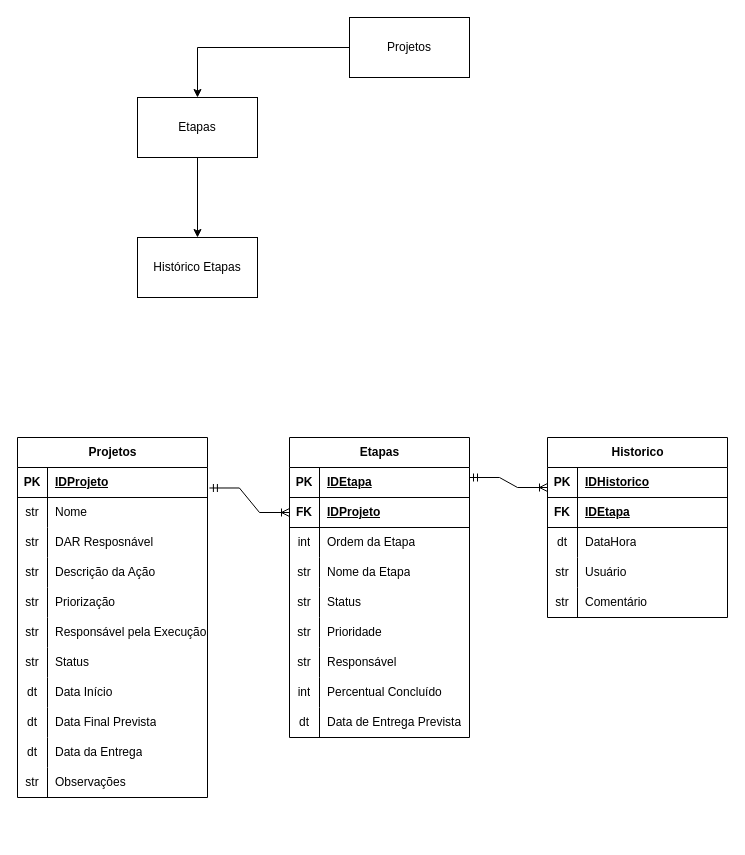
Above: DiagramaBD.drawio in willvasconcelos2205/MovimentacaoPatrimonial (draw.io), before the change. Source tidied: cells renumbered, new cells numbered last; positions are measured from the earlier drawing's top-left corner, leaving out a move shared by most shapes. Both pictures are drawn from the tidied source at 100%, with x=0, y=0 at pixel (17, 17).
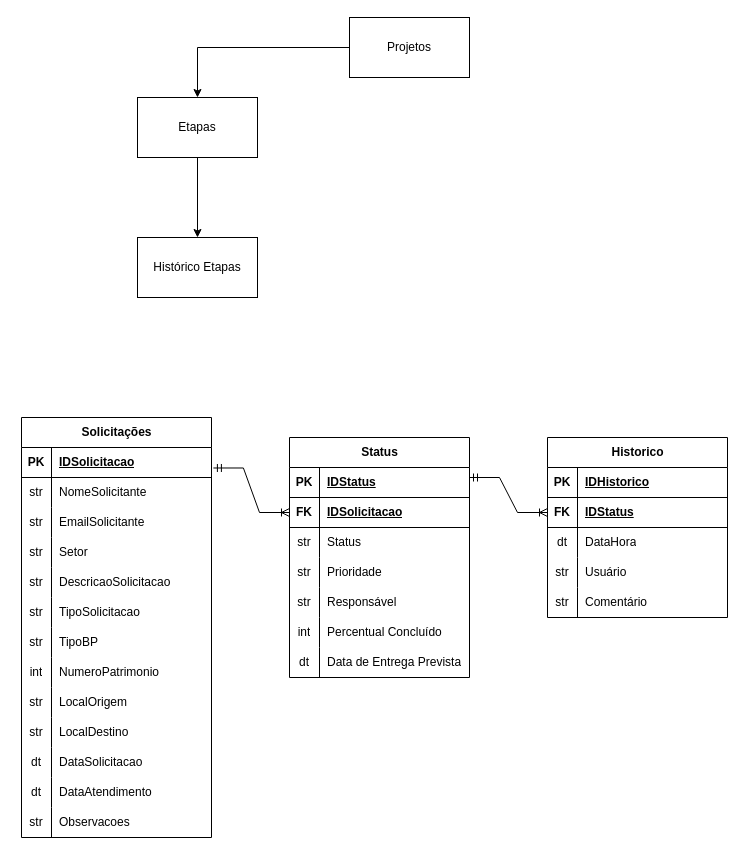
After the change.

The change refers to these unchanged cells:
```xml
<mxCell id="3" style="shape=tableRow;horizontal=0;startSize=0;swimlaneHead=0;swimlaneBody=0;fillColor=none;points=[[0,0.5],[1,0.5]];portConstraint=eastwest;top=0;left=0;right=0;bottom=1;" parent="2" vertex="1">
  <mxGeometry y="30" width="190" height="30" as="geometry" />
</mxCell>
<mxCell id="6" style="shape=tableRow;horizontal=0;startSize=0;swimlaneHead=0;swimlaneBody=0;fillColor=none;top=0;left=0;right=0;bottom=0;" parent="2" vertex="1">
  <mxGeometry y="60" width="190" height="30" as="geometry" />
</mxCell>
<mxCell id="9" style="shape=tableRow;horizontal=0;startSize=0;swimlaneHead=0;swimlaneBody=0;fillColor=none;top=0;left=0;right=0;bottom=0;" parent="2" vertex="1">
  <mxGeometry y="90" width="190" height="30" as="geometry" />
</mxCell>
<mxCell id="12" style="shape=tableRow;horizontal=0;startSize=0;swimlaneHead=0;swimlaneBody=0;fillColor=none;top=0;left=0;right=0;bottom=0;" parent="2" vertex="1">
  <mxGeometry y="120" width="190" height="30" as="geometry" />
</mxCell>
<mxCell id="15" style="shape=tableRow;horizontal=0;startSize=0;swimlaneHead=0;swimlaneBody=0;fillColor=none;top=0;left=0;right=0;bottom=0;" parent="2" vertex="1">
  <mxGeometry y="150" width="190" height="30" as="geometry" />
</mxCell>
<mxCell id="38" style="shape=tableRow;horizontal=0;startSize=0;swimlaneHead=0;swimlaneBody=0;fillColor=none;top=0;left=0;right=0;bottom=1;" parent="37" vertex="1">
  <mxGeometry y="30" width="180" height="30" as="geometry" />
</mxCell>
<mxCell id="41" style="shape=tableRow;horizontal=0;startSize=0;swimlaneHead=0;swimlaneBody=0;fillColor=none;points=[[0,0.5],[1,0.5]];portConstraint=eastwest;top=0;left=0;right=0;bottom=1;" parent="37" vertex="1">
  <mxGeometry y="60" width="180" height="30" as="geometry" />
</mxCell>
<mxCell id="69" style="shape=tableRow;horizontal=0;startSize=0;swimlaneHead=0;swimlaneBody=0;fillColor=none;points=[[0,0.5],[1,0.5]];portConstraint=eastwest;top=0;left=0;right=0;bottom=1;" parent="65" vertex="1">
  <mxGeometry y="60" width="180" height="30" as="geometry" />
</mxCell>
```

Diff of the diagram source:
```diff
@@
-    <mxCell id="2" value="Projetos" style="shape=table;startSize=30;childLayout=tableLayout;rowLines=0;fontStyle=1;align=center;html=1;" parent="1" vertex="1">
-      <mxGeometry y="420" width="190" height="360" as="geometry" />
+    <mxCell id="2" value="Solicitações" style="shape=table;startSize=30;childLayout=tableLayout;rowLines=0;fontStyle=1;align=center;html=1;" parent="1" vertex="1">
+      <mxGeometry x="4" y="400" width="190" height="420" as="geometry" />
     </mxCell>
@@
-    <mxCell id="5" value="IDProjeto" style="shape=partialRectangle;fillColor=none;top=0;left=0;bottom=0;right=0;align=left;spacingLeft=6;fontStyle=5;overflow=hidden;whiteSpace=wrap;html=1;" parent="3" vertex="1">
+    <mxCell id="5" value="IDSolicitacao" style="shape=partialRectangle;fillColor=none;top=0;left=0;bottom=0;right=0;align=left;spacingLeft=6;fontStyle=5;overflow=hidden;whiteSpace=wrap;html=1;" parent="3" vertex="1">
       <mxGeometry x="30" width="160" height="30" as="geometry" />
     </mxCell>
@@
-    <mxCell id="8" value="Nome&lt;span style=&quot;white-space: pre;&quot;&gt;&#9;&lt;/span&gt;" style="shape=partialRectangle;fillColor=none;top=0;left=0;bottom=0;right=0;align=left;spacingLeft=6;overflow=hidden;whiteSpace=wrap;html=1;" parent="6" vertex="1">
+    <mxCell id="8" value="NomeSolicitante" style="shape=partialRectangle;fillColor=none;top=0;left=0;bottom=0;right=0;align=left;spacingLeft=6;overflow=hidden;whiteSpace=wrap;html=1;" parent="6" vertex="1">
       <mxGeometry x="30" width="160" height="30" as="geometry" />
     </mxCell>
@@
-    <mxCell id="11" value="DAR Resposnável" style="shape=partialRectangle;fillColor=none;top=0;left=0;bottom=0;right=0;align=left;spacingLeft=6;overflow=hidden;whiteSpace=wrap;html=1;" parent="9" vertex="1">
+    <mxCell id="11" value="EmailSolicitante" style="shape=partialRectangle;fillColor=none;top=0;left=0;bottom=0;right=0;align=left;spacingLeft=6;overflow=hidden;whiteSpace=wrap;html=1;" parent="9" vertex="1">
       <mxGeometry x="30" width="160" height="30" as="geometry" />
     </mxCell>
@@
-    <mxCell id="14" value="Descrição da Ação" style="shape=partialRectangle;fillColor=none;top=0;left=0;bottom=0;right=0;align=left;spacingLeft=6;overflow=hidden;whiteSpace=wrap;html=1;" parent="12" vertex="1">
+    <mxCell id="14" value="Setor" style="shape=partialRectangle;fillColor=none;top=0;left=0;bottom=0;right=0;align=left;spacingLeft=6;overflow=hidden;whiteSpace=wrap;html=1;" parent="12" vertex="1">
       <mxGeometry x="30" width="160" height="30" as="geometry" />
     </mxCell>
@@
-    <mxCell id="16" value="str" style="shape=partialRectangle;fillColor=none;top=0;left=0;bottom=0;right=0;overflow=hidden;whiteSpace=wrap;html=1;" parent="15" vertex="1">
-      <mxGeometry width="30" height="30" as="geometry" />
-    </mxCell>
-    <mxCell id="17" value="Priorização" style="shape=partialRectangle;fillColor=none;top=0;left=0;bottom=0;right=0;align=left;spacingLeft=6;overflow=hidden;whiteSpace=wrap;html=1;" parent="15" vertex="1">
-      <mxGeometry x="30" width="160" height="30" as="geometry" />
-    </mxCell>
+    <mxCell id="87" value="str" style="shape=partialRectangle;fillColor=none;top=0;left=0;bottom=0;right=0;overflow=hidden;whiteSpace=wrap;html=1;" parent="15" vertex="1">
+      <mxGeometry width="30" height="30" as="geometry" />
+    </mxCell>
+    <mxCell id="88" value="DescricaoSolicitacao" style="shape=partialRectangle;fillColor=none;top=0;left=0;bottom=0;right=0;align=left;spacingLeft=6;overflow=hidden;whiteSpace=wrap;html=1;" parent="15" vertex="1">
+      <mxGeometry x="30" width="160" height="30" as="geometry" />
+    </mxCell>
+    <mxCell id="89" style="shape=tableRow;horizontal=0;startSize=0;swimlaneHead=0;swimlaneBody=0;fillColor=none;top=0;left=0;right=0;bottom=0;" parent="2" vertex="1">
+      <mxGeometry y="180" width="190" height="30" as="geometry" />
+    </mxCell>
+    <mxCell id="90" value="str" style="shape=partialRectangle;fillColor=none;top=0;left=0;bottom=0;right=0;overflow=hidden;whiteSpace=wrap;html=1;" parent="89" vertex="1">
+      <mxGeometry width="30" height="30" as="geometry" />
+    </mxCell>
+    <mxCell id="91" value="TipoSolicitacao" style="shape=partialRectangle;fillColor=none;top=0;left=0;bottom=0;right=0;align=left;spacingLeft=6;overflow=hidden;whiteSpace=wrap;html=1;" parent="89" vertex="1">
+      <mxGeometry x="30" width="160" height="30" as="geometry" />
+    </mxCell>
     <mxCell id="18" style="shape=tableRow;horizontal=0;startSize=0;swimlaneHead=0;swimlaneBody=0;fillColor=none;top=0;left=0;right=0;bottom=0;" parent="2" vertex="1">
-      <mxGeometry y="180" width="190" height="30" as="geometry" />
+      <mxGeometry y="210" width="190" height="30" as="geometry" />
     </mxCell>
@@
-    <mxCell id="20" value="Responsável pela Execução" style="shape=partialRectangle;fillColor=none;top=0;left=0;bottom=0;right=0;align=left;spacingLeft=6;overflow=hidden;whiteSpace=wrap;html=1;" parent="18" vertex="1">
+    <mxCell id="20" value="TipoBP" style="shape=partialRectangle;fillColor=none;top=0;left=0;bottom=0;right=0;align=left;spacingLeft=6;overflow=hidden;whiteSpace=wrap;html=1;" parent="18" vertex="1">
       <mxGeometry x="30" width="160" height="30" as="geometry" />
     </mxCell>
     <mxCell id="21" style="shape=tableRow;horizontal=0;startSize=0;swimlaneHead=0;swimlaneBody=0;fillColor=none;top=0;left=0;right=0;bottom=0;" parent="2" vertex="1">
-      <mxGeometry y="210" width="190" height="30" as="geometry" />
+      <mxGeometry y="240" width="190" height="30" as="geometry" />
     </mxCell>
-    <mxCell id="22" value="str" style="shape=partialRectangle;fillColor=none;top=0;left=0;bottom=0;right=0;overflow=hidden;whiteSpace=wrap;html=1;" parent="21" vertex="1">
+    <mxCell id="22" value="int" style="shape=partialRectangle;fillColor=none;top=0;left=0;bottom=0;right=0;overflow=hidden;whiteSpace=wrap;html=1;" parent="21" vertex="1">
       <mxGeometry width="30" height="30" as="geometry" />
     </mxCell>
-    <mxCell id="23" value="Status" style="shape=partialRectangle;fillColor=none;top=0;left=0;bottom=0;right=0;align=left;spacingLeft=6;overflow=hidden;whiteSpace=wrap;html=1;" parent="21" vertex="1">
+    <mxCell id="23" value="NumeroPatrimonio" style="shape=partialRectangle;fillColor=none;top=0;left=0;bottom=0;right=0;align=left;spacingLeft=6;overflow=hidden;whiteSpace=wrap;html=1;" parent="21" vertex="1">
       <mxGeometry x="30" width="160" height="30" as="geometry" />
     </mxCell>
     <mxCell id="24" style="shape=tableRow;horizontal=0;startSize=0;swimlaneHead=0;swimlaneBody=0;fillColor=none;top=0;left=0;right=0;bottom=0;" parent="2" vertex="1">
-      <mxGeometry y="240" width="190" height="30" as="geometry" />
+      <mxGeometry y="270" width="190" height="30" as="geometry" />
     </mxCell>
-    <mxCell id="25" value="dt" style="shape=partialRectangle;fillColor=none;top=0;left=0;bottom=0;right=0;overflow=hidden;whiteSpace=wrap;html=1;" parent="24" vertex="1">
+    <mxCell id="25" value="str" style="shape=partialRectangle;fillColor=none;top=0;left=0;bottom=0;right=0;overflow=hidden;whiteSpace=wrap;html=1;" parent="24" vertex="1">
       <mxGeometry width="30" height="30" as="geometry" />
     </mxCell>
-    <mxCell id="26" value="Data Início" style="shape=partialRectangle;fillColor=none;top=0;left=0;bottom=0;right=0;align=left;spacingLeft=6;overflow=hidden;whiteSpace=wrap;html=1;" parent="24" vertex="1">
+    <mxCell id="26" value="LocalOrigem" style="shape=partialRectangle;fillColor=none;top=0;left=0;bottom=0;right=0;align=left;spacingLeft=6;overflow=hidden;whiteSpace=wrap;html=1;" parent="24" vertex="1">
       <mxGeometry x="30" width="160" height="30" as="geometry" />
     </mxCell>
     <mxCell id="27" style="shape=tableRow;horizontal=0;startSize=0;swimlaneHead=0;swimlaneBody=0;fillColor=none;top=0;left=0;right=0;bottom=0;" parent="2" vertex="1">
-      <mxGeometry y="270" width="190" height="30" as="geometry" />
+      <mxGeometry y="300" width="190" height="30" as="geometry" />
     </mxCell>
-    <mxCell id="28" value="dt" style="shape=partialRectangle;fillColor=none;top=0;left=0;bottom=0;right=0;overflow=hidden;whiteSpace=wrap;html=1;" parent="27" vertex="1">
+    <mxCell id="28" value="str" style="shape=partialRectangle;fillColor=none;top=0;left=0;bottom=0;right=0;overflow=hidden;whiteSpace=wrap;html=1;" parent="27" vertex="1">
       <mxGeometry width="30" height="30" as="geometry" />
     </mxCell>
-    <mxCell id="29" value="Data Final Prevista" style="shape=partialRectangle;fillColor=none;top=0;left=0;bottom=0;right=0;align=left;spacingLeft=6;overflow=hidden;whiteSpace=wrap;html=1;" parent="27" vertex="1">
+    <mxCell id="29" value="LocalDestino" style="shape=partialRectangle;fillColor=none;top=0;left=0;bottom=0;right=0;align=left;spacingLeft=6;overflow=hidden;whiteSpace=wrap;html=1;" parent="27" vertex="1">
       <mxGeometry x="30" width="160" height="30" as="geometry" />
     </mxCell>
     <mxCell id="30" style="shape=tableRow;horizontal=0;startSize=0;swimlaneHead=0;swimlaneBody=0;fillColor=none;top=0;left=0;right=0;bottom=0;" parent="2" vertex="1">
-      <mxGeometry y="300" width="190" height="30" as="geometry" />
+      <mxGeometry y="330" width="190" height="30" as="geometry" />
     </mxCell>
@@
-    <mxCell id="32" value="Data da Entrega" style="shape=partialRectangle;fillColor=none;top=0;left=0;bottom=0;right=0;align=left;spacingLeft=6;overflow=hidden;whiteSpace=wrap;html=1;" parent="30" vertex="1">
+    <mxCell id="32" value="DataSolicitacao" style="shape=partialRectangle;fillColor=none;top=0;left=0;bottom=0;right=0;align=left;spacingLeft=6;overflow=hidden;whiteSpace=wrap;html=1;" parent="30" vertex="1">
       <mxGeometry x="30" width="160" height="30" as="geometry" />
     </mxCell>
     <mxCell id="33" style="shape=tableRow;horizontal=0;startSize=0;swimlaneHead=0;swimlaneBody=0;fillColor=none;top=0;left=0;right=0;bottom=0;" parent="2" vertex="1">
-      <mxGeometry y="330" width="190" height="30" as="geometry" />
+      <mxGeometry y="360" width="190" height="30" as="geometry" />
     </mxCell>
-    <mxCell id="34" value="str" style="shape=partialRectangle;fillColor=none;top=0;left=0;bottom=0;right=0;overflow=hidden;whiteSpace=wrap;html=1;" parent="33" vertex="1">
+    <mxCell id="34" value="dt" style="shape=partialRectangle;fillColor=none;top=0;left=0;bottom=0;right=0;overflow=hidden;whiteSpace=wrap;html=1;" parent="33" vertex="1">
       <mxGeometry width="30" height="30" as="geometry" />
     </mxCell>
-    <mxCell id="35" value="Observações" style="shape=partialRectangle;fillColor=none;top=0;left=0;bottom=0;right=0;align=left;spacingLeft=6;overflow=hidden;whiteSpace=wrap;html=1;" parent="33" vertex="1">
+    <mxCell id="35" value="&lt;div&gt;DataAtendimento&lt;/div&gt;" style="shape=partialRectangle;fillColor=none;top=0;left=0;bottom=0;right=0;align=left;spacingLeft=6;overflow=hidden;whiteSpace=wrap;html=1;" parent="33" vertex="1">
       <mxGeometry x="30" width="160" height="30" as="geometry" />
     </mxCell>
+    <mxCell id="92" style="shape=tableRow;horizontal=0;startSize=0;swimlaneHead=0;swimlaneBody=0;fillColor=none;top=0;left=0;right=0;bottom=0;" parent="2" vertex="1">
+      <mxGeometry y="390" width="190" height="30" as="geometry" />
+    </mxCell>
+    <mxCell id="93" value="str" style="shape=partialRectangle;fillColor=none;top=0;left=0;bottom=0;right=0;overflow=hidden;whiteSpace=wrap;html=1;" parent="92" vertex="1">
+      <mxGeometry width="30" height="30" as="geometry" />
+    </mxCell>
+    <mxCell id="94" value="&lt;div&gt;Observacoes&lt;/div&gt;" style="shape=partialRectangle;fillColor=none;top=0;left=0;bottom=0;right=0;align=left;spacingLeft=6;overflow=hidden;whiteSpace=wrap;html=1;" parent="92" vertex="1">
+      <mxGeometry x="30" width="160" height="30" as="geometry" />
+    </mxCell>
@@
-    <mxCell id="37" value="Etapas" style="shape=table;startSize=30;childLayout=tableLayout;rowLines=0;fontStyle=1;align=center;html=1;" parent="1" vertex="1">
-      <mxGeometry x="272" y="420" width="180" height="300" as="geometry" />
+    <mxCell id="37" value="Status" style="shape=table;startSize=30;childLayout=tableLayout;rowLines=0;fontStyle=1;align=center;html=1;" parent="1" vertex="1">
+      <mxGeometry x="272" y="420" width="180" height="240" as="geometry" />
     </mxCell>
@@
-    <mxCell id="40" value="IDEtapa" style="shape=partialRectangle;fillColor=none;top=0;left=0;bottom=0;right=0;align=left;spacingLeft=6;fontStyle=5;overflow=hidden;whiteSpace=wrap;html=1;" parent="38" vertex="1">
+    <mxCell id="40" value="IDStatus" style="shape=partialRectangle;fillColor=none;top=0;left=0;bottom=0;right=0;align=left;spacingLeft=6;fontStyle=5;overflow=hidden;whiteSpace=wrap;html=1;" parent="38" vertex="1">
       <mxGeometry x="30" width="150" height="30" as="geometry" />
     </mxCell>
@@
-    <mxCell id="43" value="IDProjeto" style="shape=partialRectangle;fillColor=none;top=0;left=0;bottom=0;right=0;align=left;spacingLeft=6;fontStyle=5;overflow=hidden;whiteSpace=wrap;html=1;" parent="41" vertex="1">
+    <mxCell id="43" value="IDSolicitacao" style="shape=partialRectangle;fillColor=none;top=0;left=0;bottom=0;right=0;align=left;spacingLeft=6;fontStyle=5;overflow=hidden;whiteSpace=wrap;html=1;" parent="41" vertex="1">
       <mxGeometry x="30" width="150" height="30" as="geometry" />
     </mxCell>
-    <mxCell id="44" style="shape=tableRow;horizontal=0;startSize=0;swimlaneHead=0;swimlaneBody=0;fillColor=none;top=0;left=0;right=0;bottom=0;" parent="37" vertex="1">
-      <mxGeometry y="90" width="180" height="30" as="geometry" />
-    </mxCell>
-    <mxCell id="45" value="int" style="shape=partialRectangle;fillColor=none;top=0;left=0;bottom=0;right=0;overflow=hidden;whiteSpace=wrap;html=1;" parent="44" vertex="1">
-      <mxGeometry width="30" height="30" as="geometry" />
-    </mxCell>
-    <mxCell id="46" value="Ordem da Etapa" style="shape=partialRectangle;fillColor=none;top=0;left=0;bottom=0;right=0;align=left;spacingLeft=6;overflow=hidden;whiteSpace=wrap;html=1;" parent="44" vertex="1">
-      <mxGeometry x="30" width="150" height="30" as="geometry" />
-    </mxCell>
-    <mxCell id="47" style="shape=tableRow;horizontal=0;startSize=0;swimlaneHead=0;swimlaneBody=0;fillColor=none;top=0;left=0;right=0;bottom=0;" parent="37" vertex="1">
-      <mxGeometry y="120" width="180" height="30" as="geometry" />
-    </mxCell>
-    <mxCell id="48" value="str" style="shape=partialRectangle;fillColor=none;top=0;left=0;bottom=0;right=0;overflow=hidden;whiteSpace=wrap;html=1;" parent="47" vertex="1">
-      <mxGeometry width="30" height="30" as="geometry" />
-    </mxCell>
-    <mxCell id="49" value="Nome da Etapa" style="shape=partialRectangle;fillColor=none;top=0;left=0;bottom=0;right=0;align=left;spacingLeft=6;overflow=hidden;whiteSpace=wrap;html=1;" parent="47" vertex="1">
-      <mxGeometry x="30" width="150" height="30" as="geometry" />
-    </mxCell>
     <mxCell id="50" style="shape=tableRow;horizontal=0;startSize=0;swimlaneHead=0;swimlaneBody=0;fillColor=none;top=0;left=0;right=0;bottom=0;" parent="37" vertex="1">
-      <mxGeometry y="150" width="180" height="30" as="geometry" />
+      <mxGeometry y="90" width="180" height="30" as="geometry" />
     </mxCell>
@@
     <mxCell id="53" style="shape=tableRow;horizontal=0;startSize=0;swimlaneHead=0;swimlaneBody=0;fillColor=none;top=0;left=0;right=0;bottom=0;" parent="37" vertex="1">
-      <mxGeometry y="180" width="180" height="30" as="geometry" />
+      <mxGeometry y="120" width="180" height="30" as="geometry" />
     </mxCell>
@@
     <mxCell id="56" style="shape=tableRow;horizontal=0;startSize=0;swimlaneHead=0;swimlaneBody=0;fillColor=none;top=0;left=0;right=0;bottom=0;" parent="37" vertex="1">
-      <mxGeometry y="210" width="180" height="30" as="geometry" />
+      <mxGeometry y="150" width="180" height="30" as="geometry" />
     </mxCell>
@@
     <mxCell id="59" style="shape=tableRow;horizontal=0;startSize=0;swimlaneHead=0;swimlaneBody=0;fillColor=none;top=0;left=0;right=0;bottom=0;" parent="37" vertex="1">
-      <mxGeometry y="240" width="180" height="30" as="geometry" />
+      <mxGeometry y="180" width="180" height="30" as="geometry" />
     </mxCell>
@@
     <mxCell id="62" style="shape=tableRow;horizontal=0;startSize=0;swimlaneHead=0;swimlaneBody=0;fillColor=none;top=0;left=0;right=0;bottom=0;" parent="37" vertex="1">
-      <mxGeometry y="270" width="180" height="30" as="geometry" />
+      <mxGeometry y="210" width="180" height="30" as="geometry" />
     </mxCell>
@@
-    <mxCell id="71" value="IDEtapa" style="shape=partialRectangle;fillColor=none;top=0;left=0;bottom=0;right=0;align=left;spacingLeft=6;fontStyle=5;overflow=hidden;whiteSpace=wrap;html=1;" parent="69" vertex="1">
+    <mxCell id="71" value="IDStatus" style="shape=partialRectangle;fillColor=none;top=0;left=0;bottom=0;right=0;align=left;spacingLeft=6;fontStyle=5;overflow=hidden;whiteSpace=wrap;html=1;" parent="69" vertex="1">
       <mxGeometry x="30" width="150" height="30" as="geometry" />
     </mxCell>
@@
-    <mxCell id="81" style="edgeStyle=entityRelationEdgeStyle;fontSize=12;html=1;endArrow=ERoneToMany;startArrow=ERmandOne;rounded=0;exitX=1.01;exitY=0.683;exitDx=0;exitDy=0;exitPerimeter=0;" parent="1" edge="1">
+    <mxCell id="81" style="edgeStyle=entityRelationEdgeStyle;fontSize=12;html=1;endArrow=ERoneToMany;startArrow=ERmandOne;rounded=0;exitX=1.01;exitY=0.683;exitDx=0;exitDy=0;exitPerimeter=0;entryX=0;entryY=0.5;entryDx=0;entryDy=0;" parent="1" edge="1" target="69">
       <mxGeometry relative="1" as="geometry">
         <mxPoint x="452" y="460" as="sourcePoint" />
-        <mxPoint x="530" y="470" as="targetPoint" />
       </mxGeometry>
     </mxCell>
```
